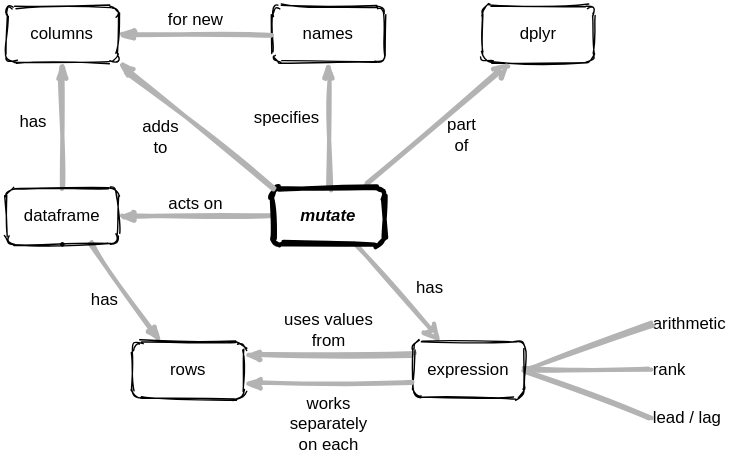
Above: en/mutate.svg in rstudio/concept-maps (draw.io), before the change. Source tidied: cells renumbered, new cells last; positions are measured from the earlier drawing's top-left corner, leaving out a move shared by most shapes.
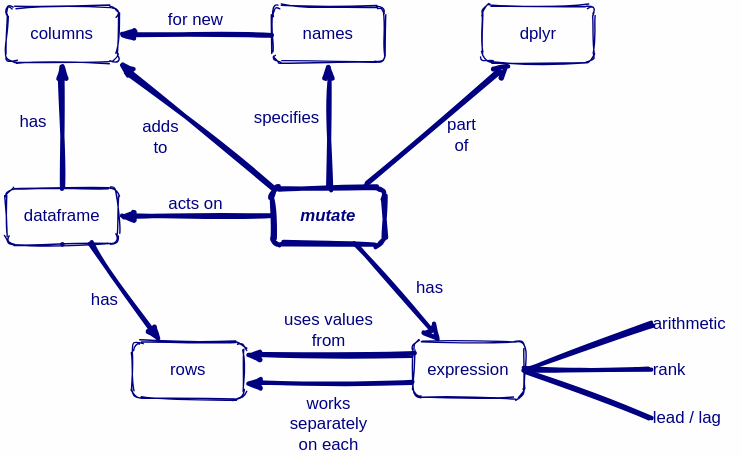
Later version of the same file.

Change to the diagram source:
```diff
@@ -1,79 +1,79 @@
-<mxGraphModel background="#ffffff">
+<mxGraphModel background="#FEFEFF">
   <root>
     <mxCell id="0" />
     <mxCell id="1" parent="0" />
-    <mxCell id="2" value="acts on" style="edgeStyle=none;rounded=1;html=1;labelBackgroundColor=none;startArrow=none;startFill=0;startSize=5;endArrow=classicThin;endFill=1;endSize=5;jettySize=auto;strokeColor=#B3B3B3;strokeWidth=3;fontFamily=Helvetica;fontSize=12;exitX=0;exitY=0.5;exitDx=0;exitDy=0;entryX=1;entryY=0.5;entryDx=0;entryDy=0;verticalAlign=bottom;sketch=1;" parent="1" edge="1" source="24" target="6">
+    <mxCell id="2" value="acts on" style="edgeStyle=none;rounded=1;html=1;labelBackgroundColor=none;startArrow=none;startFill=0;startSize=5;endArrow=classicThin;endFill=1;endSize=5;jettySize=auto;strokeWidth=3;fontFamily=Helvetica;fontSize=12;exitX=0;exitY=0.5;exitDx=0;exitDy=0;entryX=1;entryY=0.5;entryDx=0;entryDy=0;verticalAlign=bottom;sketch=1;strokeColor=#000080;fontColor=#000080;" parent="1" edge="1" source="24" target="6">
       <mxGeometry relative="1" as="geometry" />
     </mxCell>
-    <mxCell id="3" value="has" style="edgeStyle=none;rounded=1;html=1;labelBackgroundColor=none;startArrow=none;startFill=0;startSize=5;endArrow=classicThin;endFill=1;endSize=5;jettySize=auto;strokeColor=#B3B3B3;strokeWidth=3;fontFamily=Helvetica;fontSize=12;exitX=0.75;exitY=1;exitDx=0;exitDy=0;entryX=0.25;entryY=0;entryDx=0;entryDy=0;verticalAlign=middle;sketch=1;" parent="1" edge="1" source="6" target="8">
+    <mxCell id="3" value="has" style="edgeStyle=none;rounded=1;html=1;labelBackgroundColor=none;startArrow=none;startFill=0;startSize=5;endArrow=classicThin;endFill=1;endSize=5;jettySize=auto;strokeWidth=3;fontFamily=Helvetica;fontSize=12;exitX=0.75;exitY=1;exitDx=0;exitDy=0;entryX=0.25;entryY=0;entryDx=0;entryDy=0;verticalAlign=middle;sketch=1;strokeColor=#000080;fontColor=#000080;" parent="1" edge="1" source="6" target="8">
       <mxGeometry x="-0.11" y="-15" relative="1" as="geometry" />
     </mxCell>
-    <mxCell id="4" value="uses values&lt;br&gt;from" style="edgeStyle=none;rounded=1;html=1;labelBackgroundColor=none;startArrow=none;startFill=0;startSize=5;endArrow=classicThin;endFill=1;endSize=5;jettySize=auto;strokeColor=#B3B3B3;strokeWidth=3;fontFamily=Helvetica;fontSize=12;exitX=0;exitY=0.25;exitDx=0;exitDy=0;entryX=1;entryY=0.25;entryDx=0;entryDy=0;verticalAlign=middle;sketch=1;" parent="1" edge="1" source="19" target="8">
+    <mxCell id="4" value="uses values&lt;br&gt;from" style="edgeStyle=none;rounded=1;html=1;labelBackgroundColor=none;startArrow=none;startFill=0;startSize=5;endArrow=classicThin;endFill=1;endSize=5;jettySize=auto;strokeWidth=3;fontFamily=Helvetica;fontSize=12;exitX=0;exitY=0.25;exitDx=0;exitDy=0;entryX=1;entryY=0.25;entryDx=0;entryDy=0;verticalAlign=middle;sketch=1;strokeColor=#000080;fontColor=#000080;" parent="1" edge="1" source="19" target="8">
       <mxGeometry y="-19" relative="1" as="geometry" />
     </mxCell>
-    <mxCell id="5" value="has" style="edgeStyle=none;rounded=1;html=1;labelBackgroundColor=none;startArrow=none;startFill=0;startSize=5;endArrow=classicThin;endFill=1;endSize=5;jettySize=auto;strokeColor=#B3B3B3;strokeWidth=3;fontFamily=Helvetica;fontSize=12;exitX=0.5;exitY=0;exitDx=0;exitDy=0;entryX=0.5;entryY=1;entryDx=0;entryDy=0;verticalAlign=middle;sketch=1;" parent="1" edge="1" source="6" target="9">
+    <mxCell id="5" value="has" style="edgeStyle=none;rounded=1;html=1;labelBackgroundColor=none;startArrow=none;startFill=0;startSize=5;endArrow=classicThin;endFill=1;endSize=5;jettySize=auto;strokeWidth=3;fontFamily=Helvetica;fontSize=12;exitX=0.5;exitY=0;exitDx=0;exitDy=0;entryX=0.5;entryY=1;entryDx=0;entryDy=0;verticalAlign=middle;sketch=1;strokeColor=#000080;fontColor=#000080;" parent="1" edge="1" source="6" target="9">
       <mxGeometry x="0.05" y="21" relative="1" as="geometry" />
     </mxCell>
-    <mxCell id="6" value="dataframe" style="rounded=1;whiteSpace=wrap;html=1;fontSize=12;fontFamily=Helvetica;fillColor=none;sketch=1;labelBackgroundColor=none;" parent="1" vertex="1">
+    <mxCell id="6" value="dataframe" style="rounded=1;whiteSpace=wrap;html=1;fontSize=12;fontFamily=Helvetica;fillColor=none;sketch=1;labelBackgroundColor=none;strokeColor=#000080;fontColor=#000080;" parent="1" vertex="1">
       <mxGeometry y="130" width="80" height="40" as="geometry" />
     </mxCell>
-    <mxCell id="7" style="edgeStyle=orthogonalEdgeStyle;rounded=0;orthogonalLoop=1;jettySize=auto;html=1;exitX=0.5;exitY=1;exitDx=0;exitDy=0;strokeWidth=3;fontSize=12;fontFamily=Helvetica;sketch=1;labelBackgroundColor=none;" parent="1" edge="1" source="6" target="6">
+    <mxCell id="7" style="edgeStyle=orthogonalEdgeStyle;rounded=0;orthogonalLoop=1;jettySize=auto;html=1;exitX=0.5;exitY=1;exitDx=0;exitDy=0;strokeWidth=3;fontSize=12;fontFamily=Helvetica;sketch=1;labelBackgroundColor=none;strokeColor=#000080;fontColor=#000080;" parent="1" edge="1" source="6" target="6">
       <mxGeometry relative="1" as="geometry" />
     </mxCell>
-    <mxCell id="8" value="rows" style="rounded=1;whiteSpace=wrap;html=1;fontSize=12;fontFamily=Helvetica;fillColor=none;sketch=1;labelBackgroundColor=none;" parent="1" vertex="1">
+    <mxCell id="8" value="rows" style="rounded=1;whiteSpace=wrap;html=1;fontSize=12;fontFamily=Helvetica;fillColor=none;sketch=1;labelBackgroundColor=none;strokeColor=#000080;fontColor=#000080;" parent="1" vertex="1">
       <mxGeometry x="90" y="239.5" width="80" height="40" as="geometry" />
     </mxCell>
-    <mxCell id="9" value="columns" style="rounded=1;whiteSpace=wrap;html=1;fontSize=12;fontFamily=Helvetica;fillColor=none;sketch=1;labelBackgroundColor=none;" parent="1" vertex="1">
+    <mxCell id="9" value="columns" style="rounded=1;whiteSpace=wrap;html=1;fontSize=12;fontFamily=Helvetica;fillColor=none;sketch=1;labelBackgroundColor=none;strokeColor=#000080;fontColor=#000080;" parent="1" vertex="1">
       <mxGeometry width="80" height="40" as="geometry" />
     </mxCell>
-    <mxCell id="10" value="has" style="endArrow=classic;html=1;strokeWidth=3;entryX=0.25;entryY=0;entryDx=0;entryDy=0;strokeColor=#B3B3B3;exitX=0.75;exitY=1;exitDx=0;exitDy=0;verticalAlign=middle;fontSize=12;labelBackgroundColor=none;fontFamily=Helvetica;align=left;sketch=1;" parent="1" edge="1" source="24" target="19">
+    <mxCell id="10" value="has" style="endArrow=classic;html=1;strokeWidth=3;entryX=0.25;entryY=0;entryDx=0;entryDy=0;exitX=0.75;exitY=1;exitDx=0;exitDy=0;verticalAlign=middle;fontSize=12;labelBackgroundColor=none;fontFamily=Helvetica;align=left;sketch=1;strokeColor=#000080;fontColor=#000080;" parent="1" edge="1" source="24" target="19">
       <mxGeometry x="0.08" y="10" relative="1" as="geometry">
         <mxPoint x="1" as="offset" />
       </mxGeometry>
     </mxCell>
-    <mxCell id="11" value="dplyr" style="rounded=1;whiteSpace=wrap;html=1;fontSize=12;fontFamily=Helvetica;fillColor=none;sketch=1;labelBackgroundColor=none;" parent="1" vertex="1">
+    <mxCell id="11" value="dplyr" style="rounded=1;whiteSpace=wrap;html=1;fontSize=12;fontFamily=Helvetica;fillColor=none;sketch=1;labelBackgroundColor=none;strokeColor=#000080;fontColor=#000080;" parent="1" vertex="1">
       <mxGeometry x="340" width="80" height="40" as="geometry" />
     </mxCell>
-    <mxCell id="12" value="part&lt;br style=&quot;font-size: 12px;&quot;&gt;of" style="endArrow=classic;html=1;strokeWidth=3;entryX=0.25;entryY=1;entryDx=0;entryDy=0;strokeColor=#B3B3B3;exitX=0.838;exitY=-0.05;exitDx=0;exitDy=0;verticalAlign=middle;fontSize=12;labelBackgroundColor=none;exitPerimeter=0;fontFamily=Helvetica;sketch=1;" parent="1" edge="1" source="24" target="11">
+    <mxCell id="12" value="part&lt;br style=&quot;font-size: 12px;&quot;&gt;of" style="endArrow=classic;html=1;strokeWidth=3;entryX=0.25;entryY=1;entryDx=0;entryDy=0;exitX=0.838;exitY=-0.05;exitDx=0;exitDy=0;verticalAlign=middle;fontSize=12;labelBackgroundColor=none;exitPerimeter=0;fontFamily=Helvetica;sketch=1;strokeColor=#000080;fontColor=#000080;" parent="1" edge="1" source="24" target="11">
       <mxGeometry x="0.1" y="-17" relative="1" as="geometry" />
     </mxCell>
-    <mxCell id="13" value="arithmetic" style="text;html=1;strokeColor=none;fillColor=none;align=left;verticalAlign=middle;whiteSpace=wrap;rounded=0;fontSize=12;fontFamily=Helvetica;sketch=1;labelBackgroundColor=none;" parent="1" vertex="1">
+    <mxCell id="13" value="arithmetic" style="text;html=1;fillColor=none;align=left;verticalAlign=middle;whiteSpace=wrap;rounded=0;fontSize=12;fontFamily=Helvetica;sketch=1;labelBackgroundColor=none;fontColor=#000080;" parent="1" vertex="1">
       <mxGeometry x="460" y="216.5" width="60" height="20" as="geometry" />
     </mxCell>
-    <mxCell id="14" value="rank" style="text;html=1;strokeColor=none;fillColor=none;align=left;verticalAlign=middle;whiteSpace=wrap;rounded=0;fontSize=12;fontFamily=Helvetica;sketch=1;labelBackgroundColor=none;" parent="1" vertex="1">
+    <mxCell id="14" value="rank" style="text;html=1;fillColor=none;align=left;verticalAlign=middle;whiteSpace=wrap;rounded=0;fontSize=12;fontFamily=Helvetica;sketch=1;labelBackgroundColor=none;fontColor=#000080;" parent="1" vertex="1">
       <mxGeometry x="460" y="249.5" width="60" height="20" as="geometry" />
     </mxCell>
-    <mxCell id="15" value="lead / lag" style="text;html=1;strokeColor=none;fillColor=none;align=left;verticalAlign=middle;whiteSpace=wrap;rounded=0;fontSize=12;fontFamily=Helvetica;sketch=1;labelBackgroundColor=none;" parent="1" vertex="1">
+    <mxCell id="15" value="lead / lag" style="text;html=1;fillColor=none;align=left;verticalAlign=middle;whiteSpace=wrap;rounded=0;fontSize=12;fontFamily=Helvetica;sketch=1;labelBackgroundColor=none;fontColor=#000080;" parent="1" vertex="1">
       <mxGeometry x="460" y="283.5" width="60" height="20" as="geometry" />
     </mxCell>
-    <mxCell id="16" style="endArrow=none;html=1;labelBackgroundColor=none;strokeColor=#B3B3B3;strokeWidth=3;fontSize=12;exitX=1;exitY=0.5;exitDx=0;exitDy=0;entryX=0;entryY=0.5;entryDx=0;entryDy=0;fontFamily=Helvetica;sketch=1;" parent="1" edge="1" source="19" target="13">
+    <mxCell id="16" style="endArrow=none;html=1;labelBackgroundColor=none;strokeWidth=3;fontSize=12;exitX=1;exitY=0.5;exitDx=0;exitDy=0;entryX=0;entryY=0.5;entryDx=0;entryDy=0;fontFamily=Helvetica;sketch=1;strokeColor=#000080;fontColor=#000080;" parent="1" edge="1" source="19" target="13">
       <mxGeometry relative="1" as="geometry" />
     </mxCell>
-    <mxCell id="17" style="endArrow=none;html=1;labelBackgroundColor=none;strokeColor=#B3B3B3;strokeWidth=3;fontSize=12;entryX=0;entryY=0.5;entryDx=0;entryDy=0;exitX=1;exitY=0.5;exitDx=0;exitDy=0;fontFamily=Helvetica;sketch=1;" parent="1" edge="1" source="19" target="14">
+    <mxCell id="17" style="endArrow=none;html=1;labelBackgroundColor=none;strokeWidth=3;fontSize=12;entryX=0;entryY=0.5;entryDx=0;entryDy=0;exitX=1;exitY=0.5;exitDx=0;exitDy=0;fontFamily=Helvetica;sketch=1;strokeColor=#000080;fontColor=#000080;" parent="1" edge="1" source="19" target="14">
       <mxGeometry relative="1" as="geometry" />
     </mxCell>
-    <mxCell id="18" style="endArrow=none;html=1;labelBackgroundColor=none;strokeColor=#B3B3B3;strokeWidth=3;fontSize=12;entryX=0;entryY=0.5;entryDx=0;entryDy=0;fontFamily=Helvetica;exitX=1;exitY=0.5;exitDx=0;exitDy=0;sketch=1;" parent="1" edge="1" source="19" target="15">
+    <mxCell id="18" style="endArrow=none;html=1;labelBackgroundColor=none;strokeWidth=3;fontSize=12;entryX=0;entryY=0.5;entryDx=0;entryDy=0;fontFamily=Helvetica;exitX=1;exitY=0.5;exitDx=0;exitDy=0;sketch=1;strokeColor=#000080;fontColor=#000080;" parent="1" edge="1" source="19" target="15">
       <mxGeometry relative="1" as="geometry" />
     </mxCell>
-    <mxCell id="19" value="expression" style="rounded=1;whiteSpace=wrap;html=1;fontSize=12;fontFamily=Helvetica;fillColor=none;sketch=1;labelBackgroundColor=none;" parent="1" vertex="1">
+    <mxCell id="19" value="expression" style="rounded=1;whiteSpace=wrap;html=1;fontSize=12;fontFamily=Helvetica;fillColor=none;sketch=1;labelBackgroundColor=none;strokeColor=#000080;fontColor=#000080;" parent="1" vertex="1">
       <mxGeometry x="290" y="239.5" width="80" height="40" as="geometry" />
     </mxCell>
-    <mxCell id="20" value="works&lt;br&gt;separately&lt;br&gt;on each" style="edgeStyle=none;rounded=1;html=1;labelBackgroundColor=none;startArrow=none;startFill=0;startSize=5;endArrow=classicThin;endFill=1;endSize=5;jettySize=auto;strokeColor=#B3B3B3;strokeWidth=3;fontFamily=Helvetica;fontSize=12;exitX=0;exitY=0.75;exitDx=0;exitDy=0;entryX=1;entryY=0.75;entryDx=0;entryDy=0;verticalAlign=top;sketch=1;" parent="1" edge="1" source="19" target="8">
+    <mxCell id="20" value="works&lt;br&gt;separately&lt;br&gt;on each" style="edgeStyle=none;rounded=1;html=1;labelBackgroundColor=none;startArrow=none;startFill=0;startSize=5;endArrow=classicThin;endFill=1;endSize=5;jettySize=auto;strokeWidth=3;fontFamily=Helvetica;fontSize=12;exitX=0;exitY=0.75;exitDx=0;exitDy=0;entryX=1;entryY=0.75;entryDx=0;entryDy=0;verticalAlign=top;sketch=1;strokeColor=#000080;fontColor=#000080;" parent="1" edge="1" source="19" target="8">
       <mxGeometry relative="1" as="geometry" />
     </mxCell>
-    <mxCell id="21" value="names" style="rounded=1;whiteSpace=wrap;html=1;fontSize=12;fontFamily=Helvetica;fillColor=none;sketch=1;labelBackgroundColor=none;" parent="1" vertex="1">
+    <mxCell id="21" value="names" style="rounded=1;whiteSpace=wrap;html=1;fontSize=12;fontFamily=Helvetica;fillColor=none;sketch=1;labelBackgroundColor=none;strokeColor=#000080;fontColor=#000080;" parent="1" vertex="1">
       <mxGeometry x="190" width="80" height="40" as="geometry" />
     </mxCell>
-    <mxCell id="22" value="specifies" style="edgeStyle=none;rounded=1;html=1;labelBackgroundColor=none;startArrow=none;startFill=0;startSize=5;endArrow=classicThin;endFill=1;endSize=5;jettySize=auto;strokeColor=#B3B3B3;strokeWidth=3;fontFamily=Helvetica;fontSize=12;exitX=0.5;exitY=0;exitDx=0;exitDy=0;entryX=0.5;entryY=1;entryDx=0;entryDy=0;verticalAlign=middle;sketch=1;" parent="1" edge="1" source="24" target="21">
+    <mxCell id="22" value="specifies" style="edgeStyle=none;rounded=1;html=1;labelBackgroundColor=none;startArrow=none;startFill=0;startSize=5;endArrow=classicThin;endFill=1;endSize=5;jettySize=auto;strokeWidth=3;fontFamily=Helvetica;fontSize=12;exitX=0.5;exitY=0;exitDx=0;exitDy=0;entryX=0.5;entryY=1;entryDx=0;entryDy=0;verticalAlign=middle;sketch=1;strokeColor=#000080;fontColor=#000080;" parent="1" edge="1" source="24" target="21">
       <mxGeometry x="0.11" y="30" relative="1" as="geometry" />
     </mxCell>
-    <mxCell id="23" value="for new" style="edgeStyle=none;rounded=1;html=1;labelBackgroundColor=none;startArrow=none;startFill=0;startSize=5;endArrow=classicThin;endFill=1;endSize=5;jettySize=auto;strokeColor=#B3B3B3;strokeWidth=3;fontFamily=Helvetica;fontSize=12;exitX=0;exitY=0.5;exitDx=0;exitDy=0;entryX=1;entryY=0.5;entryDx=0;entryDy=0;verticalAlign=middle;sketch=1;" parent="1" edge="1" source="21" target="9">
+    <mxCell id="23" value="for new" style="edgeStyle=none;rounded=1;html=1;labelBackgroundColor=none;startArrow=none;startFill=0;startSize=5;endArrow=classicThin;endFill=1;endSize=5;jettySize=auto;strokeWidth=3;fontFamily=Helvetica;fontSize=12;exitX=0;exitY=0.5;exitDx=0;exitDy=0;entryX=1;entryY=0.5;entryDx=0;entryDy=0;verticalAlign=middle;sketch=1;strokeColor=#000080;fontColor=#000080;" parent="1" edge="1" source="21" target="9">
       <mxGeometry y="-10" relative="1" as="geometry" />
     </mxCell>
-    <mxCell id="24" value="&lt;b style=&quot;font-size: 12px&quot;&gt;&lt;i style=&quot;font-size: 12px&quot;&gt;mutate&lt;/i&gt;&lt;/b&gt;" style="rounded=1;whiteSpace=wrap;html=1;strokeWidth=3;fontSize=12;fontFamily=Helvetica;fillColor=none;sketch=1;labelBackgroundColor=none;" parent="1" vertex="1">
+    <mxCell id="24" value="&lt;b style=&quot;font-size: 12px&quot;&gt;&lt;i style=&quot;font-size: 12px&quot;&gt;mutate&lt;/i&gt;&lt;/b&gt;" style="rounded=1;whiteSpace=wrap;html=1;strokeWidth=3;fontSize=12;fontFamily=Helvetica;fillColor=none;sketch=1;labelBackgroundColor=none;strokeColor=#000080;fontColor=#000080;" parent="1" vertex="1">
       <mxGeometry x="190" y="130" width="80" height="40" as="geometry" />
     </mxCell>
-    <mxCell id="25" value="adds&lt;br&gt;to" style="edgeStyle=none;rounded=1;html=1;labelBackgroundColor=none;startArrow=none;startFill=0;startSize=5;endArrow=classicThin;endFill=1;endSize=5;jettySize=auto;strokeColor=#B3B3B3;strokeWidth=3;fontFamily=Helvetica;fontSize=12;exitX=0;exitY=0;exitDx=0;exitDy=0;entryX=1;entryY=1;entryDx=0;entryDy=0;verticalAlign=bottom;sketch=1;" parent="1" edge="1" source="24" target="9">
+    <mxCell id="25" value="adds&lt;br&gt;to" style="edgeStyle=none;rounded=1;html=1;labelBackgroundColor=none;startArrow=none;startFill=0;startSize=5;endArrow=classicThin;endFill=1;endSize=5;jettySize=auto;strokeWidth=3;fontFamily=Helvetica;fontSize=12;exitX=0;exitY=0;exitDx=0;exitDy=0;entryX=1;entryY=1;entryDx=0;entryDy=0;verticalAlign=bottom;sketch=1;strokeColor=#000080;fontColor=#000080;" parent="1" edge="1" source="24" target="9">
       <mxGeometry x="0.05" y="35" relative="1" as="geometry" />
     </mxCell>
   </root>
```
